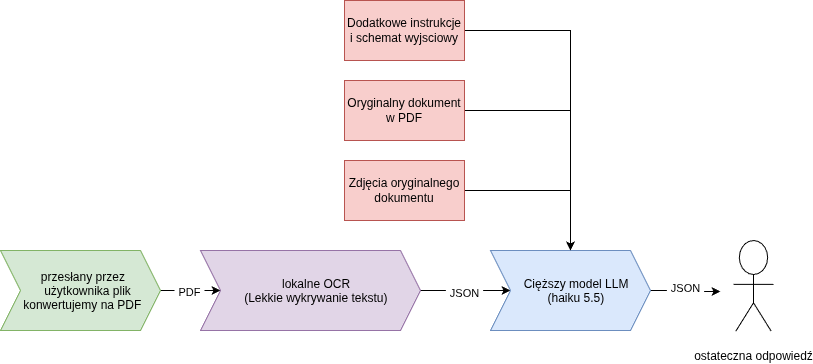
This is .github/dg-flow.png from KacperBronka/DigiForms, a draw.io export, as it was before one commit. Source tidied: cells renumbered, new cells last; positions are measured from the earlier drawing's top-left corner, leaving out a move shared by most shapes.
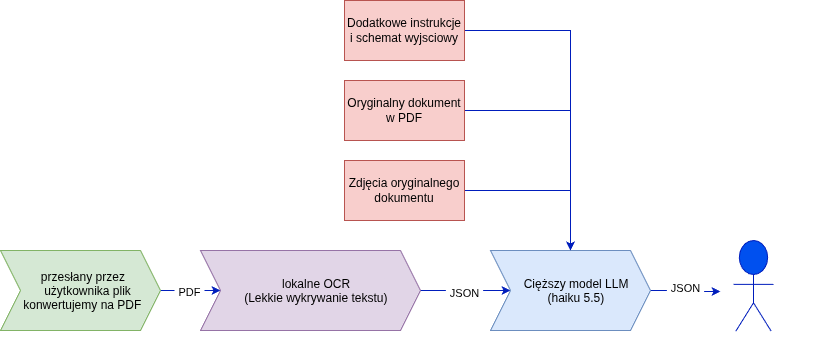
Above is the later version.

Diff of the diagram source:
```diff
@@ -2,7 +2,7 @@
   <root>
     <mxCell id="0" />
     <mxCell id="1" parent="0" />
-    <mxCell id="2" style="edgeStyle=orthogonalEdgeStyle;rounded=0;jettySize=auto;html=1;defaultLabelBackgroundColor=page;labelPadding=0 4;" parent="1" edge="1" source="4" target="10">
+    <mxCell id="2" style="edgeStyle=orthogonalEdgeStyle;rounded=0;jettySize=auto;html=1;defaultLabelBackgroundColor=page;labelPadding=0 4;fillColor=#0050ef;strokeColor=#001DBC;" parent="1" edge="1" source="4" target="10">
       <mxGeometry relative="1" as="geometry" />
     </mxCell>
     <mxCell id="3" value="JSON" style="edgeLabel;html=1;align=center;verticalAlign=middle;inheritText=1;defaultLabelBackgroundColor=page;labelPadding=0 4;" parent="2" vertex="1">
@@ -11,7 +11,7 @@
     <mxCell id="4" value="lokalne OCR&lt;br&gt;(Lekkie wykrywanie tekstu)" style="shape=step;perimeter=stepPerimeter;whiteSpace=wrap;html=1;shapeInside=1;fixedSize=1;fillColor=#e1d5e7;strokeColor=#9673a6;" parent="1" vertex="1">
       <mxGeometry x="200" y="250" width="220" height="80" as="geometry" />
     </mxCell>
-    <mxCell id="5" style="edgeStyle=orthogonalEdgeStyle;rounded=0;jettySize=auto;html=1;defaultLabelBackgroundColor=page;labelPadding=0 4;" parent="1" edge="1" source="7" target="4">
+    <mxCell id="5" style="edgeStyle=orthogonalEdgeStyle;rounded=0;jettySize=auto;html=1;defaultLabelBackgroundColor=page;labelPadding=0 4;fillColor=#0050ef;strokeColor=#001DBC;" parent="1" edge="1" source="7" target="4">
       <mxGeometry relative="1" as="geometry" />
     </mxCell>
     <mxCell id="6" value="PDF" style="edgeLabel;html=1;align=center;verticalAlign=middle;inheritText=1;defaultLabelBackgroundColor=page;labelPadding=0 4;" parent="5" vertex="1">
@@ -20,7 +20,7 @@
     <mxCell id="7" value="przesłany przez użytkownika plik konwertujemy na PDF" style="shape=step;perimeter=stepPerimeter;whiteSpace=wrap;html=1;shapeInside=1;fixedSize=1;fillColor=#d5e8d4;strokeColor=#82b366;" parent="1" vertex="1">
       <mxGeometry y="250" width="160" height="80" as="geometry" />
     </mxCell>
-    <mxCell id="8" style="edgeStyle=orthogonalEdgeStyle;rounded=0;jettySize=auto;html=1;defaultLabelBackgroundColor=page;labelPadding=0 4;" parent="1" edge="1" source="10" target="17">
+    <mxCell id="8" style="edgeStyle=orthogonalEdgeStyle;rounded=0;jettySize=auto;html=1;defaultLabelBackgroundColor=page;labelPadding=0 4;fillColor=#0050ef;strokeColor=#001DBC;" parent="1" edge="1" source="10" target="17">
       <mxGeometry relative="1" as="geometry" />
     </mxCell>
     <mxCell id="9" value="JSON" style="edgeLabel;html=1;align=center;verticalAlign=middle;inheritText=1;defaultLabelBackgroundColor=page;labelPadding=0 4;" parent="8" vertex="1">
@@ -29,25 +29,25 @@
     <mxCell id="10" value="Cięższy model LLM&lt;div&gt;(haiku 5.5)&lt;/div&gt;" style="shape=step;perimeter=stepPerimeter;whiteSpace=wrap;html=1;shapeInside=1;fixedSize=1;fillColor=#dae8fc;strokeColor=#6c8ebf;" parent="1" vertex="1">
       <mxGeometry x="490" y="250" width="160" height="80" as="geometry" />
     </mxCell>
-    <mxCell id="11" style="edgeStyle=orthogonalEdgeStyle;rounded=0;jettySize=auto;html=1;defaultLabelBackgroundColor=page;labelPadding=0 4;" parent="1" edge="1" source="12" target="10">
+    <mxCell id="11" style="edgeStyle=orthogonalEdgeStyle;rounded=0;jettySize=auto;html=1;defaultLabelBackgroundColor=page;labelPadding=0 4;fillColor=#0050ef;strokeColor=#001DBC;" parent="1" edge="1" source="12" target="10">
       <mxGeometry relative="1" as="geometry" />
     </mxCell>
     <mxCell id="12" value="Dodatkowe instrukcje i schemat wyjsciowy" style="rounded=0;whiteSpace=wrap;html=1;fillColor=#f8cecc;strokeColor=#b85450;" parent="1" vertex="1">
       <mxGeometry x="344" width="120" height="60" as="geometry" />
     </mxCell>
-    <mxCell id="13" style="edgeStyle=orthogonalEdgeStyle;rounded=0;jettySize=auto;html=1;defaultLabelBackgroundColor=page;labelPadding=0 4;" parent="1" edge="1" source="14" target="10">
+    <mxCell id="13" style="edgeStyle=orthogonalEdgeStyle;rounded=0;jettySize=auto;html=1;defaultLabelBackgroundColor=page;labelPadding=0 4;fillColor=#0050ef;strokeColor=#001DBC;" parent="1" edge="1" source="14" target="10">
       <mxGeometry relative="1" as="geometry" />
     </mxCell>
     <mxCell id="14" value="Zdjęcia oryginalnego dokumentu" style="rounded=0;whiteSpace=wrap;html=1;fillColor=#f8cecc;strokeColor=#b85450;" parent="1" vertex="1">
       <mxGeometry x="344" y="160" width="120" height="60" as="geometry" />
     </mxCell>
-    <mxCell id="15" style="edgeStyle=orthogonalEdgeStyle;rounded=0;jettySize=auto;html=1;defaultLabelBackgroundColor=page;labelPadding=0 4;" parent="1" edge="1" source="16" target="10">
+    <mxCell id="15" style="edgeStyle=orthogonalEdgeStyle;rounded=0;jettySize=auto;html=1;defaultLabelBackgroundColor=page;labelPadding=0 4;fillColor=#0050ef;strokeColor=#001DBC;" parent="1" edge="1" source="16" target="10">
       <mxGeometry relative="1" as="geometry" />
     </mxCell>
     <mxCell id="16" value="Oryginalny dokument w PDF" style="rounded=0;whiteSpace=wrap;html=1;fillColor=#f8cecc;strokeColor=#b85450;" parent="1" vertex="1">
       <mxGeometry x="344" y="80" width="120" height="60" as="geometry" />
     </mxCell>
-    <mxCell id="17" value="ostateczna odpowiedź" style="shape=mermaidUsecaseActor;actorType=normal;verticalLabelPosition=bottom;verticalAlign=top;html=1;outlineConnect=0;labelPerimeter=1;" parent="1" vertex="1">
+    <mxCell id="17" value="ostateczna odpowiedź" style="shape=mermaidUsecaseActor;actorType=normal;verticalLabelPosition=bottom;verticalAlign=top;html=1;outlineConnect=0;labelPerimeter=1;fillColor=#0050ef;fontColor=#ffffff;strokeColor=#001DBC;" parent="1" vertex="1">
       <mxGeometry x="720" y="240" width="66" height="102" as="geometry" />
     </mxCell>
   </root>
```
